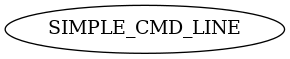
This is parser.png from Glimbyte/exoshell, a Graphviz export, as it was before one commit. Its source is kept beside it as parser.dot.
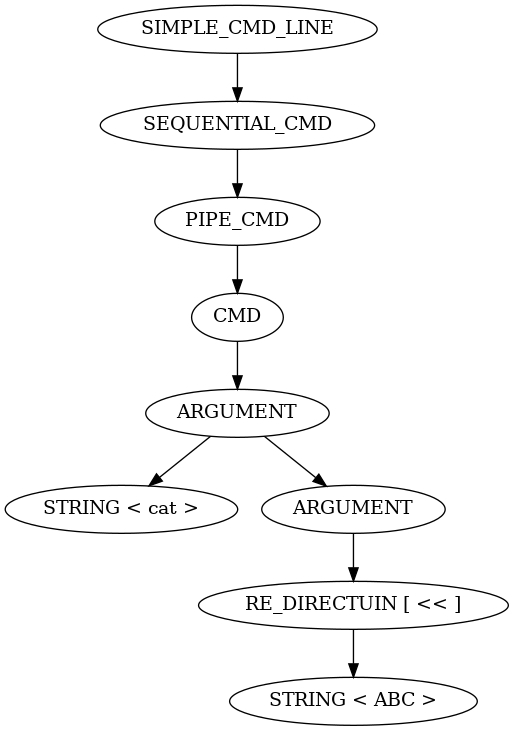
After the change.

Diff of the diagram source:
```diff
@@ -1,3 +1,31 @@
 digraph PARSER {
-	NODE_0x55abee2d7ad0 [label="SIMPLE_CMD_LINE\n"];
+	NODE_0x560b18c57d90 [label="SIMPLE_CMD_LINE\n"];
+	NODE_0x560b18c57d90 -> NODE_0x560b18c57d60
+	NODE_0x560b18c57d60 [label="SEQUENTIAL_CMD\n"];
+	NODE_0x560b18c57d60 -> NODE_0x560b18c57d30
+	NODE_0x560b18c57d30 [label="PIPE_CMD\n"];
+	NODE_0x560b18c57d30 -> NODE_0x560b18c57d00
+	NODE_0x560b18c57d00 [label="CMD\n"];
+	NODE_0x560b18c57d00 -> NODE_0x560b18c57cd0
+	NODE_0x560b18c57cd0 [label="ARGUMENT\n"];
+	NODE_0x560b18c57cd0 -> NODE_0x560b18c3aa30
+	NODE_0x560b18c57cd0 -> NODE_0x560b18c57ca0
+	NODE_0x560b18c3aa30 [label="STRING < cat >\n"];
+	NODE_0x560b18c57ca0 [label="ARGUMENT\n"];
+	NODE_0x560b18c57ca0 -> NODE_0x560b18c3aa60
+	NODE_0x560b18c57ca0 -> NODE_0x560b18c57c70
+	NODE_0x560b18c3aa60 [label="RE_DIRECTUIN [ << ]\n"];
+	NODE_0x560b18c3aa60 -> NODE_0x560b18c3aa90
+	NODE_0x560b18c3aa90 [label="STRING < ABC >\n"];
+	NODE_0x560b18c57c70 [label="ARGUMENT\n"];
+	NODE_0x560b18c57c70 -> NODE_0x560b18c3aac0
+	NODE_0x560b18c57c70 -> NODE_0x560b18c57c40
+	NODE_0x560b18c3aac0 [label="RE_DIRECTUIN [ << ]\n"];
+	NODE_0x560b18c3aac0 -> NODE_0x560b18c3aaf0
+	NODE_0x560b18c3aaf0 [label="STRING < DEF >\n"];
+	NODE_0x560b18c57c40 [label="ARGUMENT\n"];
+	NODE_0x560b18c57c40 -> NODE_0x560b18c57be0
+	NODE_0x560b18c57be0 [label="RE_DIRECTUIN [ << ]\n"];
+	NODE_0x560b18c57be0 -> NODE_0x560b18c57c10
+	NODE_0x560b18c57c10 [label="STRING < GHI >\n"];
 }
```
